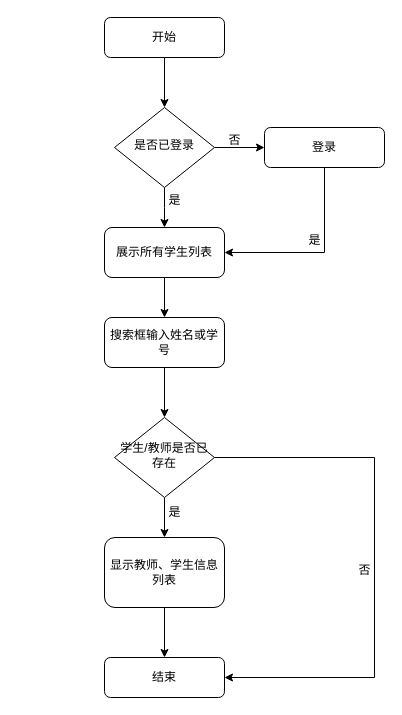
This is 查询学生档案-流程图.drawio from creazy412/none, a draw.io file, before an edit. Source tidied: cells renumbered, new cells numbered last; positions are measured from the earlier drawing's top-left corner, leaving out a move shared by most shapes. Both pictures are drawn from the tidied source at 100%, with x=0, y=0 at pixel (104, 17).
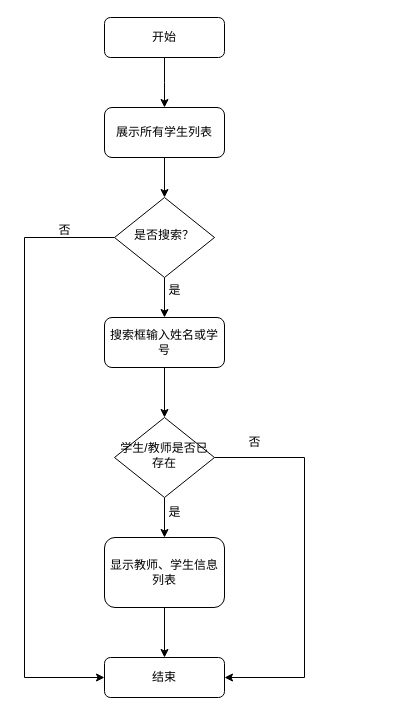
After the change.

Commit message:
更新查询学生档案-流程图.drawio

The change refers to these unchanged cells:
```xml
<mxCell id="3" value="开始" style="rounded=1;whiteSpace=wrap;html=1;fontSize=12;glass=0;strokeWidth=1;shadow=0;" parent="1" vertex="1">
  <mxGeometry width="120" height="40" as="geometry" />
</mxCell>
<mxCell id="10" value="结束" style="rounded=1;whiteSpace=wrap;html=1;fontSize=12;glass=0;strokeWidth=1;shadow=0;" parent="1" vertex="1">
  <mxGeometry y="640" width="120" height="40" as="geometry" />
</mxCell>
<mxCell id="13" value="学生/教师是否已存在" style="rhombus;whiteSpace=wrap;html=1;shadow=0;fontFamily=Helvetica;fontSize=12;align=center;strokeWidth=1;spacing=6;spacingTop=-4;" parent="1" vertex="1">
  <mxGeometry x="10" y="400" width="100" height="80" as="geometry" />
</mxCell>
<mxCell id="18" value="搜索框输入姓名或学号" style="rounded=1;whiteSpace=wrap;html=1;fontSize=12;glass=0;strokeWidth=1;shadow=0;" parent="1" vertex="1">
  <mxGeometry y="300" width="120" height="50" as="geometry" />
</mxCell>
```

What changed in the source:
```diff
@@
-    <mxCell id="2" style="edgeStyle=orthogonalEdgeStyle;rounded=0;jettySize=auto;html=1;" parent="1" edge="1" source="3" target="6">
-      <mxGeometry relative="1" as="geometry" />
+    <mxCell id="2" style="edgeStyle=orthogonalEdgeStyle;rounded=0;jettySize=auto;html=1;" parent="1" edge="1" source="3">
+      <mxGeometry relative="1" as="geometry">
+        <mxPoint x="60" y="90" as="targetPoint" />
+      </mxGeometry>
     </mxCell>
@@
-    <mxCell id="4" style="edgeStyle=orthogonalEdgeStyle;rounded=0;jettySize=auto;html=1;" parent="1" edge="1" source="6" target="8">
-      <mxGeometry relative="1" as="geometry" />
-    </mxCell>
-    <mxCell id="5" style="edgeStyle=orthogonalEdgeStyle;rounded=0;jettySize=auto;html=1;" parent="1" edge="1" source="6" target="17">
-      <mxGeometry relative="1" as="geometry">
-        <Array as="points">
-          <mxPoint x="60" y="190" />
-          <mxPoint x="60" y="190" />
-        </Array>
-      </mxGeometry>
-    </mxCell>
-    <mxCell id="6" value="是否已登录" style="rhombus;whiteSpace=wrap;html=1;shadow=0;fontFamily=Helvetica;fontSize=12;align=center;strokeWidth=1;spacing=6;spacingTop=-4;" parent="1" vertex="1">
-      <mxGeometry x="10" y="90" width="100" height="80" as="geometry" />
-    </mxCell>
-    <mxCell id="7" style="edgeStyle=orthogonalEdgeStyle;rounded=0;jettySize=auto;html=1;entryX=1;entryY=0.5;entryDx=0;entryDy=0;" parent="1" edge="1" source="8" target="17">
-      <mxGeometry relative="1" as="geometry">
-        <Array as="points">
-          <mxPoint x="220" y="235" />
-        </Array>
-      </mxGeometry>
-    </mxCell>
-    <mxCell id="8" value="登录" style="rounded=1;whiteSpace=wrap;html=1;fontSize=12;glass=0;strokeWidth=1;shadow=0;" parent="1" vertex="1">
-      <mxGeometry x="160" y="110" width="120" height="40" as="geometry" />
-    </mxCell>
@@
     <mxCell id="11" style="edgeStyle=orthogonalEdgeStyle;rounded=0;jettySize=auto;html=1;exitX=1;exitY=0.5;exitDx=0;exitDy=0;entryX=1;entryY=0.5;entryDx=0;entryDy=0;" parent="1" edge="1" source="13" target="10">
       <mxGeometry relative="1" as="geometry">
         <Array as="points">
-          <mxPoint x="270" y="440" />
-          <mxPoint x="270" y="660" />
+          <mxPoint x="200" y="440" />
+          <mxPoint x="200" y="660" />
         </Array>
       </mxGeometry>
     </mxCell>
@@
-    <mxCell id="16" style="edgeStyle=orthogonalEdgeStyle;rounded=0;jettySize=auto;html=1;" parent="1" edge="1" source="17" target="18">
-      <mxGeometry relative="1" as="geometry" />
-    </mxCell>
+    <mxCell id="24" style="edgeStyle=orthogonalEdgeStyle;rounded=0;jettySize=auto;html=1;entryX=0.5;entryY=0;entryDx=0;entryDy=0;" parent="1" edge="1" source="17" target="27">
+      <mxGeometry relative="1" as="geometry">
+        <Array as="points">
+          <mxPoint x="60" y="180" />
+          <mxPoint x="60" y="180" />
+        </Array>
+      </mxGeometry>
+    </mxCell>
     <mxCell id="17" value="展示所有学生列表" style="rounded=1;whiteSpace=wrap;html=1;fontSize=12;glass=0;strokeWidth=1;shadow=0;" parent="1" vertex="1">
-      <mxGeometry y="210" width="120" height="50" as="geometry" />
+      <mxGeometry y="90" width="120" height="50" as="geometry" />
     </mxCell>
@@
+    <mxCell id="23" value="否" style="text;html=1;align=center;verticalAlign=middle;strokeColor=none;fillColor=none;" parent="1" vertex="1">
+      <mxGeometry x="130" y="410" width="40" height="30" as="geometry" />
+    </mxCell>
+    <mxCell id="25" style="edgeStyle=orthogonalEdgeStyle;rounded=0;jettySize=auto;html=1;" parent="1" edge="1" source="27" target="18">
+      <mxGeometry relative="1" as="geometry" />
+    </mxCell>
+    <mxCell id="26" style="edgeStyle=orthogonalEdgeStyle;rounded=0;jettySize=auto;html=1;entryX=0;entryY=0.5;entryDx=0;entryDy=0;" parent="1" edge="1" source="27" target="10">
+      <mxGeometry relative="1" as="geometry">
+        <Array as="points">
+          <mxPoint x="-80" y="220" />
+          <mxPoint x="-80" y="660" />
+        </Array>
+      </mxGeometry>
+    </mxCell>
+    <mxCell id="27" value="是否搜索？" style="rhombus;whiteSpace=wrap;html=1;shadow=0;fontFamily=Helvetica;fontSize=12;align=center;strokeWidth=1;spacing=6;spacingTop=-4;" parent="1" vertex="1">
+      <mxGeometry x="10" y="180" width="100" height="80" as="geometry" />
+    </mxCell>
+    <mxCell id="28" value="是" style="text;html=1;align=center;verticalAlign=middle;strokeColor=none;fillColor=none;" parent="1" vertex="1">
+      <mxGeometry x="50" y="258" width="40" height="30" as="geometry" />
+    </mxCell>
     <mxCell id="20" value="否" style="text;html=1;align=center;verticalAlign=middle;strokeColor=none;fillColor=none;" parent="1" vertex="1">
-      <mxGeometry x="110" y="108" width="40" height="30" as="geometry" />
+      <mxGeometry x="-60" y="198" width="40" height="30" as="geometry" />
     </mxCell>
-    <mxCell id="21" value="是" style="text;html=1;align=center;verticalAlign=middle;strokeColor=none;fillColor=none;" parent="1" vertex="1">
-      <mxGeometry x="190" y="208" width="40" height="30" as="geometry" />
-    </mxCell>
-    <mxCell id="22" value="是" style="text;html=1;align=center;verticalAlign=middle;strokeColor=none;fillColor=none;" parent="1" vertex="1">
-      <mxGeometry x="50" y="168" width="40" height="30" as="geometry" />
-    </mxCell>
-    <mxCell id="23" value="否" style="text;html=1;align=center;verticalAlign=middle;strokeColor=none;fillColor=none;" parent="1" vertex="1">
-      <mxGeometry x="240" y="538" width="40" height="30" as="geometry" />
-    </mxCell>
```
